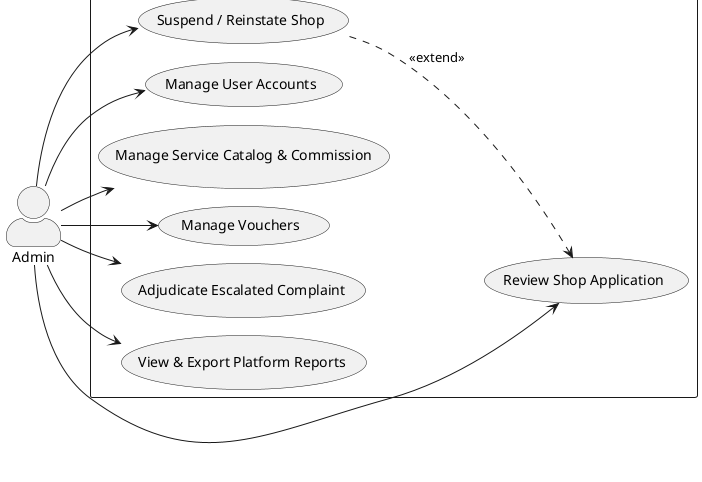
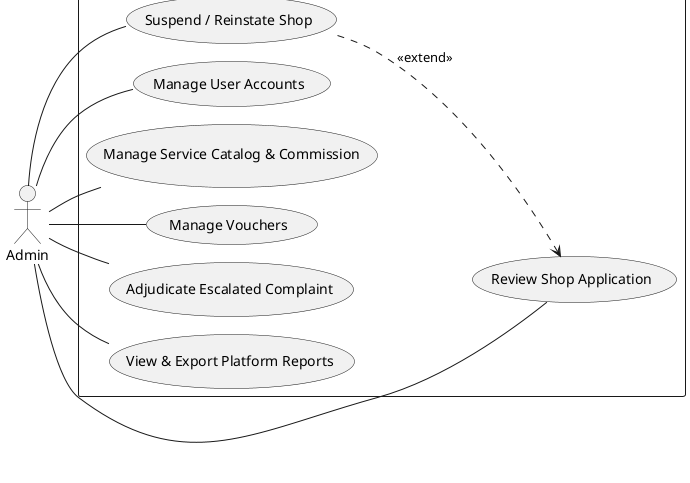
' Use case diagram — Admin (PlantUML, Smetana).
+ ' Actor = stick figure; actor–use case = plain solid line (no arrowhead).
@startuml
!pragma layout smetana
left to right direction
- skinparam packageStyle rectangle
- skinparam actorStyle awesome

actor Admin as A

rectangle PrintHub {
  usecase "Review Shop Application" as UC36
  usecase "Suspend / Reinstate Shop" as UC37
  usecase "Manage User Accounts" as UC38
  usecase "Manage Service Catalog & Commission" as UC39
  usecase "Manage Vouchers" as UC40
  usecase "Adjudicate Escalated Complaint" as UC41
  usecase "View & Export Platform Reports" as UC42
}

- A --> UC36
- A --> UC37
- A --> UC38
- A --> UC39
- A --> UC40
- A --> UC41
- A --> UC42
+ A -- UC36
+ A -- UC37
+ A -- UC38
+ A -- UC39
+ A -- UC40
+ A -- UC41
+ A -- UC42

UC37 ..> UC36 : <<extend>>
@enduml
